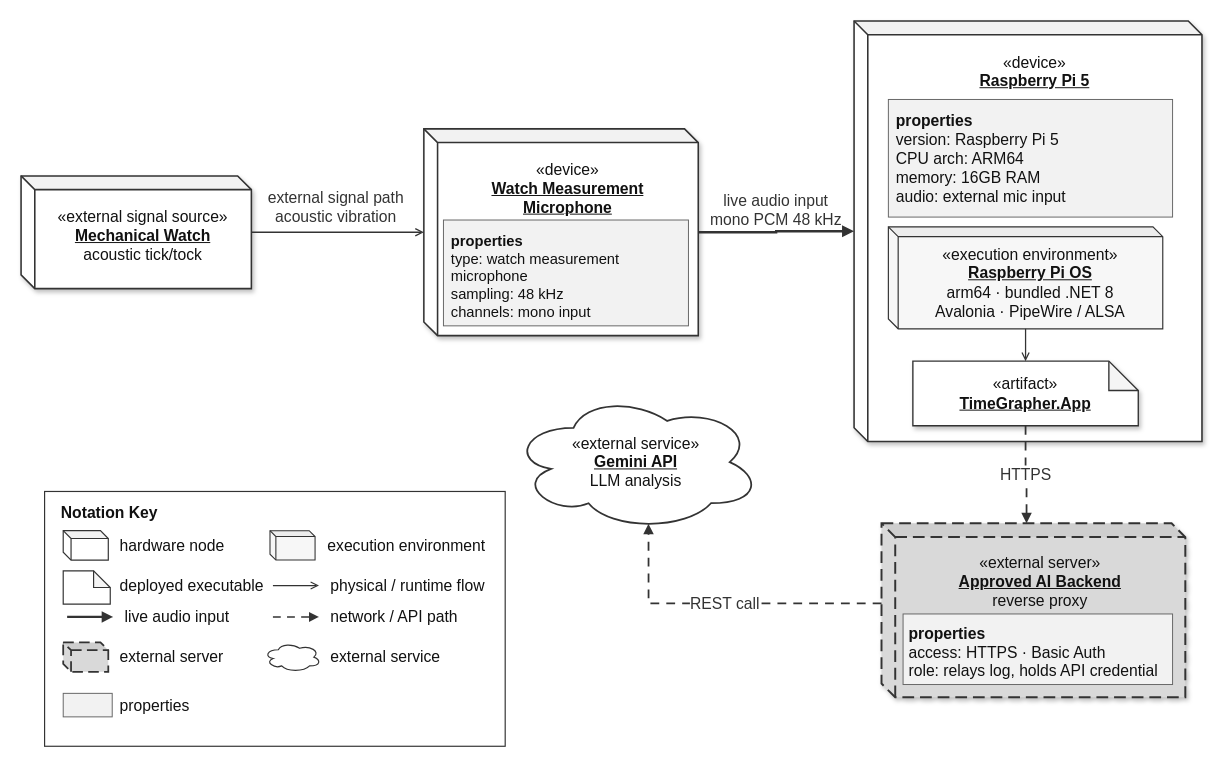
This is FinalDemo/assets/0_deployment-view.drawio from lgcmu2026-team5/TimeGrapher-Docs, a draw.io file, before an edit. Source tidied: cells renumbered, new cells numbered last; positions are measured from the earlier drawing's top-left corner, leaving out a move shared by most shapes. Both pictures are drawn from the tidied source at 98%, with x=0, y=0 at pixel (21, 21).
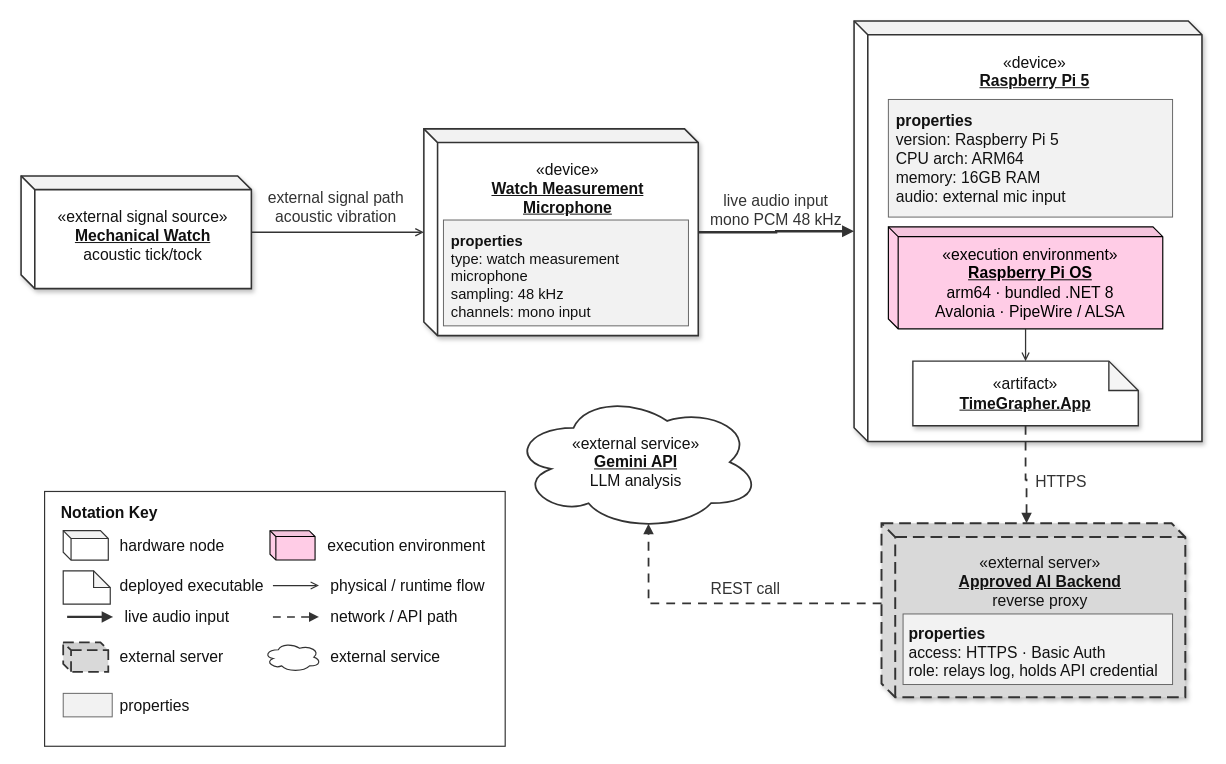
The same page after the edit.

Commit message (it also covers changes not shown here):
docs: update deployment view runtime highlight

Unchanged cells that the change refers to:
```xml
<mxCell id="9" value="«artifact»&lt;br&gt;&lt;b&gt;&lt;u&gt;TimeGrapher.App&lt;/u&gt;&lt;/b&gt;" style="shape=note;backgroundOutline=1;darkOpacity=0.04;fillColor=#ffffff;strokeColor=#333333;strokeWidth=1.4;align=center;verticalAlign=middle;shadow=1;whiteSpace=wrap;html=1;fontFamily=Helvetica;fontSize=16;fontColor=#111111;" parent="1" vertex="1">
  <mxGeometry x="910" y="347" width="230" height="66" as="geometry" />
</mxCell>
<mxCell id="10" value="«external server»&lt;br&gt;&lt;b&gt;&lt;u&gt;Approved AI Backend&lt;/u&gt;&lt;/b&gt;&lt;br&gt;reverse proxy" style="shape=cube;boundedLbl=1;backgroundOutline=1;darkOpacity=0.05;size=14;fillColor=#d9d9d9;strokeColor=#333333;strokeWidth=2;dashed=1;dashPattern=6 3;align=center;verticalAlign=top;spacingTop=10;shadow=1;whiteSpace=wrap;html=1;fontFamily=Helvetica;fontSize=16;fontColor=#111111;" parent="1" vertex="1">
  <mxGeometry x="878" y="512.5" width="310" height="177.5" as="geometry" />
</mxCell>
<mxCell id="12" value="«external service»&lt;br&gt;&lt;b&gt;&lt;u&gt;Gemini API&lt;/u&gt;&lt;/b&gt;&lt;br&gt;LLM analysis" style="shape=cloud;fillColor=#ffffff;strokeColor=#333333;strokeWidth=1.8;align=center;verticalAlign=middle;whiteSpace=wrap;html=1;fontFamily=Helvetica;fontSize=16;fontColor=#111111;" parent="1" vertex="1">
  <mxGeometry x="500" y="380" width="255" height="140" as="geometry" />
</mxCell>
```

What changed in the source:
```diff
@@
-<mxGraphModel>
+<mxGraphModel background="#ffffff">
@@
-    <mxCell id="8" value="«execution environment»&lt;br&gt;&lt;b&gt;&lt;u&gt;Raspberry Pi OS&lt;/u&gt;&lt;/b&gt;&lt;br&gt;arm64 · bundled .NET 8&lt;br&gt;Avalonia · PipeWire / ALSA" style="shape=cube;boundedLbl=1;backgroundOutline=1;darkOpacity=0.04;size=10;fillColor=#f7f7f7;strokeColor=#333333;strokeWidth=1.2;align=center;verticalAlign=middle;whiteSpace=wrap;html=1;fontFamily=Helvetica;fontSize=16;fontColor=#111111;" parent="1" vertex="1">
+    <mxCell id="8" value="«execution environment»&lt;br&gt;&lt;b&gt;&lt;u&gt;Raspberry Pi OS&lt;/u&gt;&lt;/b&gt;&lt;br&gt;arm64 · bundled .NET 8&lt;br&gt;Avalonia · PipeWire / ALSA" style="shape=cube;boundedLbl=1;backgroundOutline=1;darkOpacity=0.04;size=10;fillColor=#FFCCE6;strokeColor=#000000;strokeWidth=1.2;align=center;verticalAlign=middle;whiteSpace=wrap;html=1;fontFamily=Helvetica;fontSize=16;fontColor=#000000;" parent="1" vertex="1">
       <mxGeometry x="885" y="210" width="280" height="104" as="geometry" />
     </mxCell>
@@
-    <mxCell id="17" value="HTTPS" style="edgeStyle=orthogonalEdgeStyle;rounded=0;html=1;endArrow=block;endFill=1;startArrow=none;strokeColor=#333333;strokeWidth=1.8;fontFamily=Helvetica;fontSize=16;fontColor=#333333;dashed=1;dashPattern=5 4;exitX=0.5;exitY=1;exitDx=0;exitDy=0;entryX=0;entryY=0;entryDx=148;entryDy=0;entryPerimeter=0;" parent="1" edge="1" source="9" target="10">
-      <mxGeometry relative="1" as="geometry" />
+    <mxCell id="17" value="HTTPS" style="edgeStyle=orthogonalEdgeStyle;rounded=0;html=1;endArrow=block;endFill=1;startArrow=none;strokeColor=#333333;strokeWidth=1.8;fontFamily=Helvetica;fontSize=16;fontColor=#333333;dashed=1;dashPattern=5 4;exitX=0.5;exitY=1;exitDx=0;exitDy=0;entryX=0;entryY=0;entryDx=148;entryDy=0;entryPerimeter=0;labelBackgroundColor=none;" parent="1" edge="1" source="9" target="10">
+      <mxGeometry x="0.15" y="35" relative="1" as="geometry">
+        <Array as="points">
+          <mxPoint x="1025" y="468" />
+          <mxPoint x="1026" y="468" />
+        </Array>
+      </mxGeometry>
     </mxCell>
-    <mxCell id="18" value="REST call" style="edgeStyle=orthogonalEdgeStyle;rounded=0;html=1;endArrow=block;endFill=1;startArrow=none;strokeColor=#333333;strokeWidth=1.8;fontFamily=Helvetica;fontSize=16;fontColor=#333333;dashed=1;dashPattern=5 4;exitX=0;exitY=0;exitDx=0;exitDy=81.75;entryX=0.55;entryY=0.95;entryDx=0;entryDy=0;entryPerimeter=0;exitPerimeter=0;" parent="1" edge="1" source="10" target="12">
-      <mxGeometry relative="1" as="geometry">
+    <mxCell id="18" value="REST call" style="edgeStyle=orthogonalEdgeStyle;rounded=0;html=1;endArrow=block;endFill=1;startArrow=none;strokeColor=#333333;strokeWidth=1.8;fontFamily=Helvetica;fontSize=16;fontColor=#333333;dashed=1;dashPattern=5 4;exitX=0;exitY=0;exitDx=0;exitDy=81.75;entryX=0.55;entryY=0.95;entryDx=0;entryDy=0;entryPerimeter=0;exitPerimeter=0;labelBackgroundColor=none;" parent="1" edge="1" source="10" target="12">
+      <mxGeometry x="-0.13" y="-15" relative="1" as="geometry">
         <Array as="points">
           <mxPoint x="640" y="594" />
         </Array>
       </mxGeometry>
     </mxCell>
@@
-    <mxCell id="23" style="shape=cube;boundedLbl=1;backgroundOutline=1;darkOpacity=0.04;size=6;fillColor=#f7f7f7;strokeColor=#333333;strokeWidth=1.1;align=center;verticalAlign=middle;whiteSpace=wrap;html=1;fontFamily=Helvetica;fontSize=16;fontColor=#111111;" parent="1" vertex="1">
+    <mxCell id="23" style="shape=cube;boundedLbl=1;backgroundOutline=1;darkOpacity=0.04;size=6;strokeWidth=1.1;align=center;verticalAlign=middle;whiteSpace=wrap;html=1;fontFamily=Helvetica;fontSize=16;fillColor=#FFCCE6;strokeColor=#000000;" parent="1" vertex="1">
       <mxGeometry x="254" y="520" width="46" height="30" as="geometry" />
     </mxCell>
```
